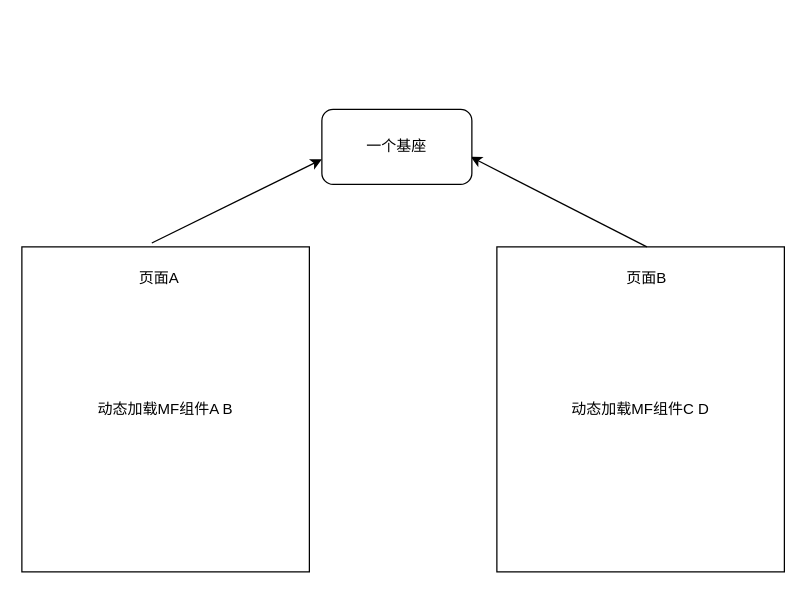
The draw.io diagram Untitled Diagram.drawio in garen-men/Tinyhttpd, before the edit. Source tidied: cells renumbered, new cells numbered last; positions are measured from the earlier drawing's top-left corner, leaving out a move shared by most shapes. Both pictures are drawn from the tidied source at 125%, with x=0, y=0 at pixel (21, 109).
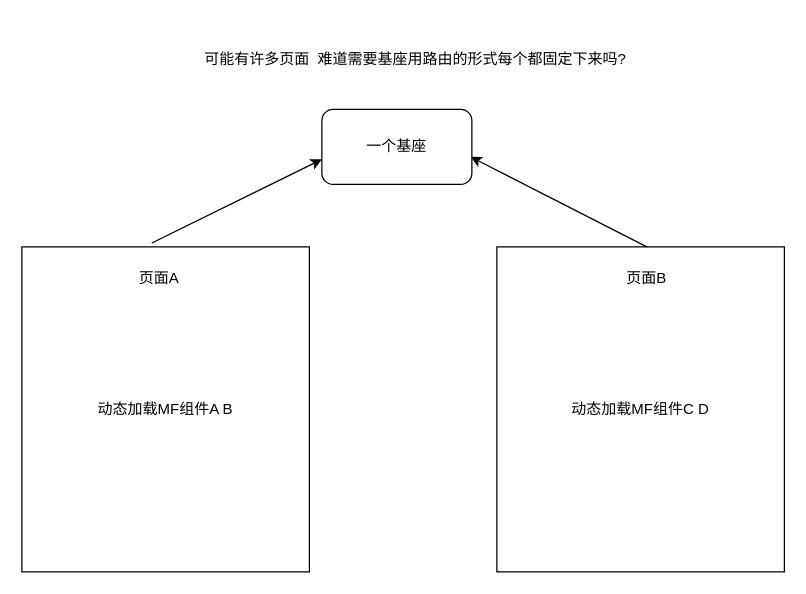
Above is the later version.

Diff of the diagram source:
```diff
@@
 <mxGraphModel>
   <root>
     <mxCell id="0" />
     <mxCell id="1" parent="0" />
     <mxCell id="2" value="动态加载MF组件A B" style="rounded=0;whiteSpace=wrap;html=1;" parent="1" vertex="1">
       <mxGeometry y="110" width="230" height="260" as="geometry" />
     </mxCell>
     <mxCell id="3" value="&lt;span style=&quot;&quot;&gt;动态加载MF组件C D&lt;/span&gt;" style="rounded=0;whiteSpace=wrap;html=1;" parent="1" vertex="1">
       <mxGeometry x="380" y="110" width="230" height="260" as="geometry" />
     </mxCell>
     <mxCell id="4" style="endArrow=classic;html=1;rounded=0;exitX=0.452;exitY=-0.012;exitDx=0;exitDy=0;exitPerimeter=0;" parent="1" edge="1" source="2">
       <mxGeometry relative="1" as="geometry">
         <mxPoint x="240" y="40" as="targetPoint" />
       </mxGeometry>
     </mxCell>
     <mxCell id="5" style="endArrow=classic;html=1;rounded=0;entryX=0.992;entryY=0.633;entryDx=0;entryDy=0;entryPerimeter=0;" parent="1" edge="1" target="6">
       <mxGeometry relative="1" as="geometry">
         <mxPoint x="500" y="110" as="sourcePoint" />
       </mxGeometry>
     </mxCell>
     <mxCell id="6" value="一个基座" style="rounded=1;whiteSpace=wrap;html=1;" parent="1" vertex="1">
       <mxGeometry x="240" width="120" height="60" as="geometry" />
     </mxCell>
     <mxCell id="7" value="页面A" style="text;html=1;strokeColor=none;fillColor=none;align=center;verticalAlign=middle;whiteSpace=wrap;rounded=0;" parent="1" vertex="1">
       <mxGeometry x="80" y="120" width="60" height="30" as="geometry" />
     </mxCell>
     <mxCell id="8" value="页面B" style="text;html=1;strokeColor=none;fillColor=none;align=center;verticalAlign=middle;whiteSpace=wrap;rounded=0;" parent="1" vertex="1">
       <mxGeometry x="470" y="120" width="60" height="30" as="geometry" />
     </mxCell>
+    <mxCell id="9" value="可能有许多页面&amp;nbsp; 难道需要基座用路由的形式每个都固定下来吗?" style="text;html=1;strokeColor=none;fillColor=none;align=center;verticalAlign=middle;whiteSpace=wrap;rounded=0;" parent="1" vertex="1">
+      <mxGeometry x="40" y="-70" width="550" height="60" as="geometry" />
+    </mxCell>
   </root>
 </mxGraphModel>
```
